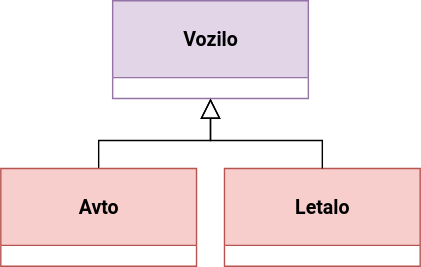
The draw.io diagram rac4/resources/class_inheritance.svg in miha-meglic/sg-4-letnik, before a commit. Source tidied: cells renumbered, new cells last; positions are measured from the earlier drawing's top-left corner, leaving out a move shared by most shapes. Its diagram source:
```xml
<mxGraphModel>
  <root>
    <mxCell id="0" />
    <mxCell id="1" parent="0" />
    <mxCell id="2" value="&lt;b&gt;Vozilo&lt;/b&gt;" style="swimlane;fontStyle=0;align=center;verticalAlign=middle;horizontal=1;startSize=55;html=1;fontFamily=Roboto;fontSource=https%3A%2F%2Ffonts.googleapis.com%2Fcss%3Ffamily%3DRoboto;fontSize=14;fillColor=#e1d5e7;strokeColor=#9673a6;" parent="1" vertex="1">
      <mxGeometry x="80" width="140" height="70" as="geometry" />
    </mxCell>
    <mxCell id="3" style="edgeStyle=orthogonalEdgeStyle;rounded=0;jettySize=auto;html=1;entryX=0.5;entryY=1;entryDx=0;entryDy=0;fontFamily=Roboto;fontSource=https%3A%2F%2Ffonts.googleapis.com%2Fcss%3Ffamily%3DRoboto;fontSize=14;endArrow=block;endFill=0;endSize=12;" parent="1" edge="1" source="4" target="2">
      <mxGeometry relative="1" as="geometry" />
    </mxCell>
    <mxCell id="4" value="Avto" style="swimlane;fontStyle=1;align=center;verticalAlign=middle;horizontal=1;startSize=55;html=1;fontFamily=Roboto;fontSource=https%3A%2F%2Ffonts.googleapis.com%2Fcss%3Ffamily%3DRoboto;fontSize=14;fillColor=#f8cecc;strokeColor=#b85450;" parent="1" vertex="1">
      <mxGeometry y="120" width="140" height="70" as="geometry" />
    </mxCell>
    <mxCell id="5" value="Letalo" style="swimlane;fontStyle=1;align=center;verticalAlign=middle;horizontal=1;startSize=55;html=1;fontFamily=Roboto;fontSource=https%3A%2F%2Ffonts.googleapis.com%2Fcss%3Ffamily%3DRoboto;fontSize=14;fillColor=#f8cecc;strokeColor=#b85450;" parent="1" vertex="1">
      <mxGeometry x="160" y="120" width="140" height="70" as="geometry" />
    </mxCell>
    <mxCell id="6" style="edgeStyle=orthogonalEdgeStyle;rounded=0;jettySize=auto;html=1;entryX=0.5;entryY=1;entryDx=0;entryDy=0;fontFamily=Roboto;fontSource=https%3A%2F%2Ffonts.googleapis.com%2Fcss%3Ffamily%3DRoboto;fontSize=14;endArrow=block;endFill=0;endSize=12;exitX=0.5;exitY=0;exitDx=0;exitDy=0;" parent="1" edge="1" source="5" target="2">
      <mxGeometry relative="1" as="geometry" />
    </mxCell>
  </root>
</mxGraphModel>
```
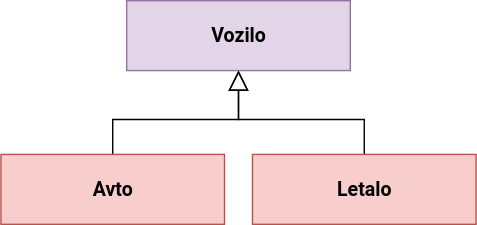
Above is the later version.

Commit message:
Dopolnil Razredni diagrami (RAČ 4)

Change to the diagram source:
```diff
@@ -2,20 +2,20 @@
   <root>
     <mxCell id="0" />
     <mxCell id="1" parent="0" />
-    <mxCell id="2" value="&lt;b&gt;Vozilo&lt;/b&gt;" style="swimlane;fontStyle=0;align=center;verticalAlign=middle;horizontal=1;startSize=55;html=1;fontFamily=Roboto;fontSource=https%3A%2F%2Ffonts.googleapis.com%2Fcss%3Ffamily%3DRoboto;fontSize=14;fillColor=#e1d5e7;strokeColor=#9673a6;" parent="1" vertex="1">
-      <mxGeometry x="80" width="140" height="70" as="geometry" />
+    <mxCell id="2" value="Vozilo" style="html=1;fontFamily=Roboto;fontSource=https%3A%2F%2Ffonts.googleapis.com%2Fcss%3Ffamily%3DRoboto;verticalAlign=middle;fillColor=#e1d5e7;strokeColor=#9673a6;fontStyle=1;fontSize=14;" parent="1" vertex="1">
+      <mxGeometry x="110" y="360" width="160" height="50" as="geometry" />
     </mxCell>
-    <mxCell id="3" style="edgeStyle=orthogonalEdgeStyle;rounded=0;jettySize=auto;html=1;entryX=0.5;entryY=1;entryDx=0;entryDy=0;fontFamily=Roboto;fontSource=https%3A%2F%2Ffonts.googleapis.com%2Fcss%3Ffamily%3DRoboto;fontSize=14;endArrow=block;endFill=0;endSize=12;" parent="1" edge="1" source="4" target="2">
+    <mxCell id="3" style="edgeStyle=orthogonalEdgeStyle;rounded=0;jettySize=auto;html=1;fontFamily=Roboto;fontSource=https%3A%2F%2Ffonts.googleapis.com%2Fcss%3Ffamily%3DRoboto;endArrow=block;endFill=0;endSize=12;" parent="1" edge="1" source="4" target="2">
       <mxGeometry relative="1" as="geometry" />
     </mxCell>
-    <mxCell id="4" value="Avto" style="swimlane;fontStyle=1;align=center;verticalAlign=middle;horizontal=1;startSize=55;html=1;fontFamily=Roboto;fontSource=https%3A%2F%2Ffonts.googleapis.com%2Fcss%3Ffamily%3DRoboto;fontSize=14;fillColor=#f8cecc;strokeColor=#b85450;" parent="1" vertex="1">
-      <mxGeometry y="120" width="140" height="70" as="geometry" />
+    <mxCell id="4" value="Avto" style="html=1;fontFamily=Roboto;fontSource=https%3A%2F%2Ffonts.googleapis.com%2Fcss%3Ffamily%3DRoboto;verticalAlign=middle;fontStyle=1;fillColor=#f8cecc;strokeColor=#b85450;fontSize=14;" parent="1" vertex="1">
+      <mxGeometry x="20" y="470" width="160" height="50" as="geometry" />
     </mxCell>
+    <mxCell id="6" style="edgeStyle=orthogonalEdgeStyle;rounded=0;jettySize=auto;html=1;fontFamily=Roboto;fontSource=https%3A%2F%2Ffonts.googleapis.com%2Fcss%3Ffamily%3DRoboto;endArrow=block;endFill=0;endSize=12;" parent="1" edge="1" source="5" target="2">
+      <mxGeometry relative="1" as="geometry" />
+    </mxCell>
-    <mxCell id="5" value="Letalo" style="swimlane;fontStyle=1;align=center;verticalAlign=middle;horizontal=1;startSize=55;html=1;fontFamily=Roboto;fontSource=https%3A%2F%2Ffonts.googleapis.com%2Fcss%3Ffamily%3DRoboto;fontSize=14;fillColor=#f8cecc;strokeColor=#b85450;" parent="1" vertex="1">
-      <mxGeometry x="160" y="120" width="140" height="70" as="geometry" />
+    <mxCell id="5" value="Letalo" style="html=1;fontFamily=Roboto;fontSource=https%3A%2F%2Ffonts.googleapis.com%2Fcss%3Ffamily%3DRoboto;verticalAlign=middle;fontStyle=1;fillColor=#f8cecc;strokeColor=#b85450;fontSize=14;" parent="1" vertex="1">
+      <mxGeometry x="200" y="470" width="160" height="50" as="geometry" />
     </mxCell>
-    <mxCell id="6" style="edgeStyle=orthogonalEdgeStyle;rounded=0;jettySize=auto;html=1;entryX=0.5;entryY=1;entryDx=0;entryDy=0;fontFamily=Roboto;fontSource=https%3A%2F%2Ffonts.googleapis.com%2Fcss%3Ffamily%3DRoboto;fontSize=14;endArrow=block;endFill=0;endSize=12;exitX=0.5;exitY=0;exitDx=0;exitDy=0;" parent="1" edge="1" source="5" target="2">
-      <mxGeometry relative="1" as="geometry" />
-    </mxCell>
   </root>
 </mxGraphModel>
```
